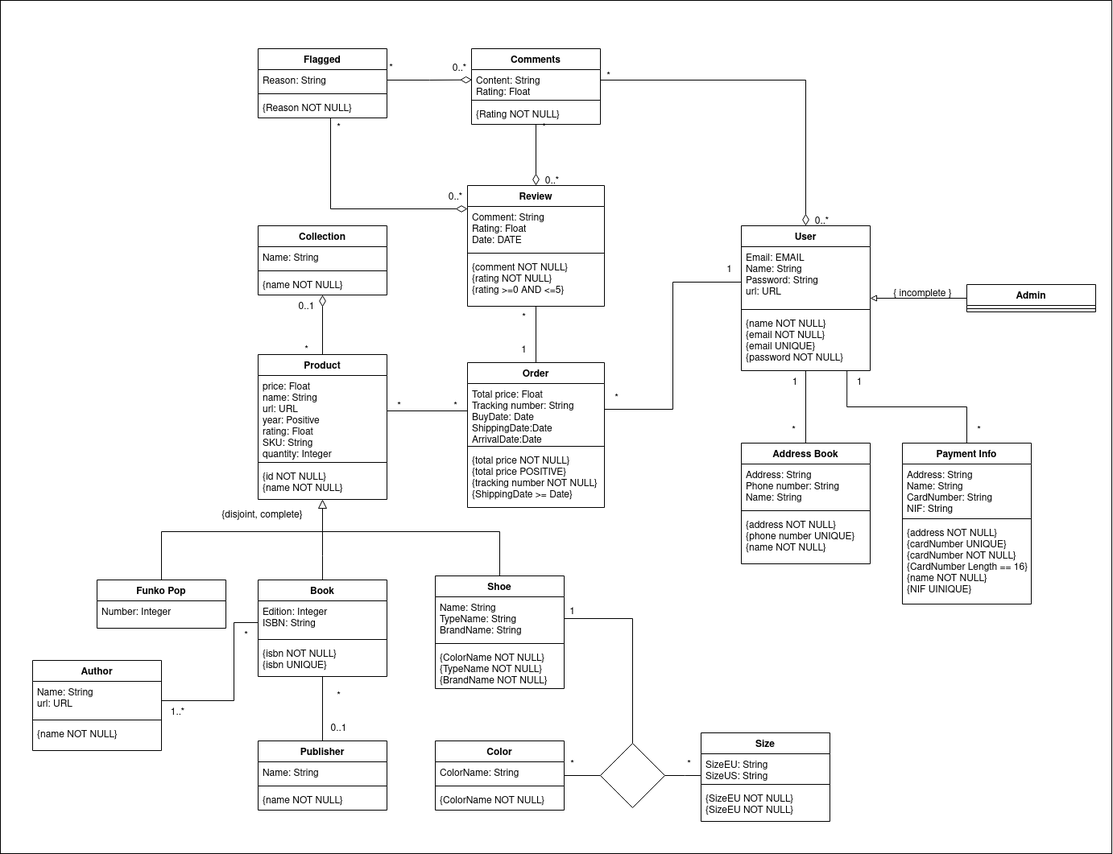
This is Docs/conceptualDiagram.png from ICWeiner/FEUP-LBAW, a draw.io export, as it was before one commit. Source tidied: cells renumbered, new cells last; positions are measured from the earlier drawing's top-left corner, leaving out a move shared by most shapes.
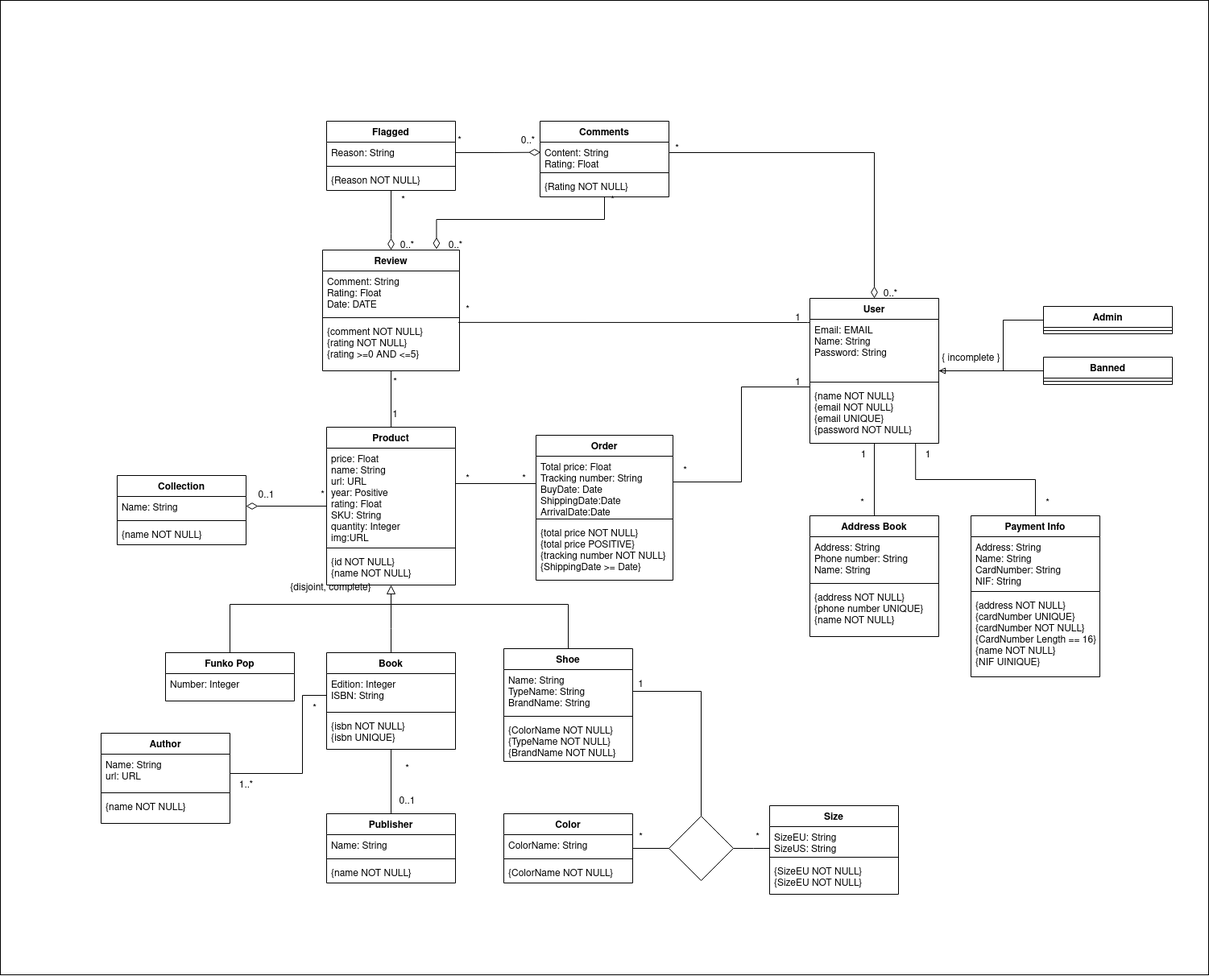
After the commit.

Change to the diagram source:
```diff
@@ -2,23 +2,23 @@
   <root>
     <mxCell id="0" />
     <mxCell id="1" parent="0" />
-    <mxCell id="2" style="rounded=0;whiteSpace=wrap;html=1;" parent="1" vertex="1">
-      <mxGeometry width="1380" height="1060" as="geometry" />
-    </mxCell>
+    <mxCell id="116" style="rounded=0;whiteSpace=wrap;html=1;" parent="1" vertex="1">
+      <mxGeometry x="-85" y="-90" width="1500" height="1210" as="geometry" />
+    </mxCell>
-    <mxCell id="3" style="edgeStyle=orthogonalEdgeStyle;rounded=0;jettySize=auto;html=1;endArrow=diamondThin;endFill=0;entryX=0.5;entryY=1;entryDx=0;entryDy=0;targetPerimeterSpacing=0;strokeWidth=1;endSize=12;" parent="1" edge="1" source="4" target="24">
+    <mxCell id="3" style="edgeStyle=orthogonalEdgeStyle;rounded=0;jettySize=auto;html=1;endArrow=diamondThin;endFill=0;targetPerimeterSpacing=0;strokeWidth=1;endSize=12;entryX=1;entryY=0.462;entryDx=0;entryDy=0;entryPerimeter=0;" parent="1" edge="1" source="4" target="25">
       <mxGeometry relative="1" as="geometry" />
     </mxCell>
     <mxCell id="4" value="Product" style="swimlane;fontStyle=1;align=center;verticalAlign=top;horizontal=1;startSize=26;" parent="1" vertex="1">
-      <mxGeometry x="320" y="440" width="160" height="180" as="geometry" />
+      <mxGeometry x="320" y="440" width="160" height="196" as="geometry" />
     </mxCell>
-    <mxCell id="5" value="price: Float&#10;name: String&#10;url: URL&#10;year: Positive&#10;rating: Float&#10;SKU: String&#10;quantity: Integer&#10;" style="text;strokeColor=none;fillColor=none;align=left;verticalAlign=top;spacingLeft=4;spacingRight=4;overflow=hidden;points=[[0,0.5],[1,0.5]];portConstraint=eastwest;" parent="4" vertex="1">
-      <mxGeometry y="26" width="160" height="104" as="geometry" />
+    <mxCell id="5" value="price: Float&#10;name: String&#10;url: URL&#10;year: Positive&#10;rating: Float&#10;SKU: String&#10;quantity: Integer&#10;img:URL&#10;" style="text;strokeColor=none;fillColor=none;align=left;verticalAlign=top;spacingLeft=4;spacingRight=4;overflow=hidden;points=[[0,0.5],[1,0.5]];portConstraint=eastwest;" parent="4" vertex="1">
+      <mxGeometry y="26" width="160" height="120" as="geometry" />
     </mxCell>
     <mxCell id="6" style="line;strokeWidth=1;fillColor=none;align=left;verticalAlign=middle;spacingTop=-1;spacingLeft=3;spacingRight=3;labelPosition=right;strokeColor=inherit;" parent="4" vertex="1">
-      <mxGeometry y="130" width="160" height="8" as="geometry" />
+      <mxGeometry y="146" width="160" height="8" as="geometry" />
     </mxCell>
     <mxCell id="7" value="{id NOT NULL}&#10;{name NOT NULL}&#10;" style="text;strokeColor=none;fillColor=none;align=left;verticalAlign=top;spacingLeft=4;spacingRight=4;overflow=hidden;points=[[0,0.5],[1,0.5]];portConstraint=eastwest;" parent="4" vertex="1">
-      <mxGeometry y="138" width="160" height="42" as="geometry" />
+      <mxGeometry y="154" width="160" height="42" as="geometry" />
     </mxCell>
     <mxCell id="8" style="edgeStyle=orthogonalEdgeStyle;rounded=0;jettySize=auto;html=1;entryX=0.5;entryY=1;entryDx=0;entryDy=0;entryPerimeter=0;endArrow=block;endFill=0;endSize=9;" parent="1" edge="1" source="9" target="7">
       <mxGeometry relative="1" as="geometry">
@@ -80,7 +80,7 @@
       <mxGeometry x="400" y="890" width="40" height="30" as="geometry" />
     </mxCell>
     <mxCell id="24" value="Collection" style="swimlane;fontStyle=1;align=center;verticalAlign=top;horizontal=1;startSize=26;" parent="1" vertex="1">
-      <mxGeometry x="320" y="280" width="160" height="86" as="geometry" />
+      <mxGeometry x="60" y="500" width="160" height="86" as="geometry" />
     </mxCell>
     <mxCell id="25" value="Name: String" style="text;strokeColor=none;fillColor=none;align=left;verticalAlign=top;spacingLeft=4;spacingRight=4;overflow=hidden;points=[[0,0.5],[1,0.5]];portConstraint=eastwest;" parent="24" vertex="1">
       <mxGeometry y="26" width="160" height="26" as="geometry" />
@@ -92,10 +92,10 @@
       <mxGeometry y="60" width="160" height="26" as="geometry" />
     </mxCell>
     <mxCell id="28" value="*" style="text;html=1;align=center;verticalAlign=middle;strokeColor=none;fillColor=none;" parent="1" vertex="1">
-      <mxGeometry x="365" y="420" width="30" height="30" as="geometry" />
+      <mxGeometry x="300" y="510" width="30" height="30" as="geometry" />
     </mxCell>
     <mxCell id="29" value="&lt;div&gt;0..1&lt;/div&gt;" style="text;html=1;align=center;verticalAlign=middle;strokeColor=none;fillColor=none;" parent="1" vertex="1">
-      <mxGeometry x="360" y="366" width="40" height="30" as="geometry" />
+      <mxGeometry x="225" y="510" width="40" height="30" as="geometry" />
     </mxCell>
     <mxCell id="30" value="Author" style="swimlane;fontStyle=1;align=center;verticalAlign=top;horizontal=1;startSize=26;" parent="1" vertex="1">
       <mxGeometry x="40" y="820" width="160" height="112" as="geometry" />
@@ -130,10 +130,18 @@
         </Array>
       </mxGeometry>
     </mxCell>
+    <mxCell id="117" style="edgeStyle=orthogonalEdgeStyle;rounded=0;jettySize=auto;html=1;entryX=0.992;entryY=0.03;entryDx=0;entryDy=0;entryPerimeter=0;endArrow=none;endFill=0;" parent="1" edge="1" target="63">
+      <mxGeometry relative="1" as="geometry">
+        <mxPoint x="920" y="310" as="sourcePoint" />
+        <Array as="points">
+          <mxPoint x="917" y="310" />
+        </Array>
+      </mxGeometry>
+    </mxCell>
     <mxCell id="38" value="User" style="swimlane;fontStyle=1;align=center;verticalAlign=top;horizontal=1;startSize=26;" parent="1" vertex="1">
       <mxGeometry x="920" y="280" width="160" height="180" as="geometry" />
     </mxCell>
-    <mxCell id="39" value="Email: EMAIL&#10;Name: String&#10;Password: String&#10;url: URL&#10;" style="text;strokeColor=none;fillColor=none;align=left;verticalAlign=top;spacingLeft=4;spacingRight=4;overflow=hidden;" parent="38" vertex="1">
+    <mxCell id="39" value="Email: EMAIL&#10;Name: String&#10;Password: String&#10;" style="text;strokeColor=none;fillColor=none;align=left;verticalAlign=top;spacingLeft=4;spacingRight=4;overflow=hidden;" parent="38" vertex="1">
       <mxGeometry y="26" width="160" height="74" as="geometry" />
     </mxCell>
     <mxCell id="40" style="line;strokeWidth=1;fillColor=none;align=left;verticalAlign=middle;spacingTop=-1;spacingLeft=3;spacingRight=3;labelPosition=right;strokeColor=inherit;" parent="38" vertex="1">
@@ -163,9 +171,6 @@
     <mxCell id="48" value="&amp;nbsp;1" style="text;html=1;align=center;verticalAlign=middle;strokeColor=none;fillColor=none;" parent="1" vertex="1">
       <mxGeometry x="970" y="460" width="30" height="30" as="geometry" />
     </mxCell>
-    <mxCell id="49" style="edgeStyle=orthogonalEdgeStyle;rounded=0;jettySize=auto;html=1;entryX=0.5;entryY=1;entryDx=0;entryDy=0;entryPerimeter=0;strokeWidth=1;endArrow=none;endFill=0;endSize=12;targetPerimeterSpacing=0;" parent="1" edge="1" source="50" target="63">
-      <mxGeometry relative="1" as="geometry" />
-    </mxCell>
     <mxCell id="50" value="Order" style="swimlane;fontStyle=1;align=center;verticalAlign=top;horizontal=1;startSize=26;" parent="1" vertex="1">
       <mxGeometry x="580" y="450" width="170" height="180" as="geometry" />
     </mxCell>
@@ -196,8 +201,8 @@
       <mxGeometry relative="1" as="geometry">
         <Array as="points">
           <mxPoint x="835" y="508" />
-          <mxPoint x="835" y="350" />
-          <mxPoint x="920" y="350" />
+          <mxPoint x="835" y="390" />
+          <mxPoint x="920" y="390" />
         </Array>
       </mxGeometry>
     </mxCell>
@@ -205,10 +210,13 @@
       <mxGeometry x="750" y="480" width="30" height="30" as="geometry" />
     </mxCell>
     <mxCell id="59" value="1" style="text;html=1;align=center;verticalAlign=middle;strokeColor=none;fillColor=none;" parent="1" vertex="1">
-      <mxGeometry x="890" y="320" width="30" height="30" as="geometry" />
+      <mxGeometry x="890" y="290" width="30" height="30" as="geometry" />
     </mxCell>
+    <mxCell id="118" style="edgeStyle=orthogonalEdgeStyle;rounded=0;jettySize=auto;html=1;endArrow=none;endFill=0;" parent="1" edge="1" source="60" target="4">
+      <mxGeometry relative="1" as="geometry" />
+    </mxCell>
     <mxCell id="60" value="Review" style="swimlane;fontStyle=1;align=center;verticalAlign=top;horizontal=1;startSize=26;" parent="1" vertex="1">
-      <mxGeometry x="580" y="230" width="170" height="150" as="geometry" />
+      <mxGeometry x="315" y="220" width="170" height="150" as="geometry" />
     </mxCell>
     <mxCell id="61" value="Comment: String&#10;Rating: Float&#10;Date: DATE&#10;" style="text;strokeColor=none;fillColor=none;align=left;verticalAlign=top;spacingLeft=4;spacingRight=4;overflow=hidden;" parent="60" vertex="1">
       <mxGeometry y="26" width="170" height="54" as="geometry" />
@@ -220,10 +228,10 @@
       <mxGeometry y="88" width="170" height="62" as="geometry" />
     </mxCell>
     <mxCell id="64" value="1" style="text;html=1;align=center;verticalAlign=middle;strokeColor=none;fillColor=none;" parent="1" vertex="1">
-      <mxGeometry x="635" y="420" width="30" height="30" as="geometry" />
+      <mxGeometry x="390" y="410" width="30" height="30" as="geometry" />
     </mxCell>
     <mxCell id="65" value="&lt;div&gt;*&lt;/div&gt;" style="text;html=1;align=center;verticalAlign=middle;strokeColor=none;fillColor=none;" parent="1" vertex="1">
-      <mxGeometry x="635" y="380" width="30" height="30" as="geometry" />
+      <mxGeometry x="390" y="370" width="30" height="30" as="geometry" />
     </mxCell>
     <mxCell id="66" style="edgeStyle=orthogonalEdgeStyle;rounded=0;jettySize=auto;html=1;entryX=0.82;entryY=0.996;entryDx=0;entryDy=0;entryPerimeter=0;strokeWidth=1;endArrow=none;endFill=0;endSize=12;targetPerimeterSpacing=0;" parent="1" edge="1" source="67" target="41">
       <mxGeometry relative="1" as="geometry" />
@@ -317,19 +325,24 @@
       <mxGeometry y="68" width="160" height="42" as="geometry" />
     </mxCell>
     <mxCell id="93" style="edgeStyle=orthogonalEdgeStyle;rounded=0;jettySize=auto;html=1;endArrow=block;endFill=0;" parent="1" edge="1" source="94" target="38">
-      <mxGeometry relative="1" as="geometry" />
+      <mxGeometry relative="1" as="geometry">
+        <Array as="points">
+          <mxPoint x="1160" y="307" />
+          <mxPoint x="1160" y="370" />
+        </Array>
+      </mxGeometry>
     </mxCell>
     <mxCell id="94" value="Admin" style="swimlane;fontStyle=1;align=center;verticalAlign=top;horizontal=1;startSize=26;" parent="1" vertex="1">
-      <mxGeometry x="1200" y="353" width="160" height="34" as="geometry" />
+      <mxGeometry x="1210" y="290" width="160" height="34" as="geometry" />
     </mxCell>
     <mxCell id="95" style="line;strokeWidth=1;fillColor=none;align=left;verticalAlign=middle;spacingTop=-1;spacingLeft=3;spacingRight=3;labelPosition=right;strokeColor=inherit;" parent="94" vertex="1">
       <mxGeometry y="26" width="160" height="8" as="geometry" />
     </mxCell>
-    <mxCell id="96" style="edgeStyle=orthogonalEdgeStyle;rounded=0;jettySize=auto;html=1;endArrow=diamondThin;endFill=0;strokeWidth=1;endSize=12;exitX=0.5;exitY=1;exitDx=0;exitDy=0;" parent="1" edge="1" source="99" target="60">
+    <mxCell id="96" style="edgeStyle=orthogonalEdgeStyle;rounded=0;jettySize=auto;html=1;endArrow=diamondThin;endFill=0;strokeWidth=1;endSize=12;exitX=0.5;exitY=1;exitDx=0;exitDy=0;entryX=0.832;entryY=-0.006;entryDx=0;entryDy=0;entryPerimeter=0;" parent="1" edge="1" source="99" target="60">
       <mxGeometry relative="1" as="geometry" />
     </mxCell>
     <mxCell id="97" value="&lt;div&gt;0..*&lt;/div&gt;" style="text;html=1;align=center;verticalAlign=middle;strokeColor=none;fillColor=none;" parent="1" vertex="1">
-      <mxGeometry x="665" y="210" width="40" height="30" as="geometry" />
+      <mxGeometry x="460" y="200" width="40" height="30" as="geometry" />
     </mxCell>
     <mxCell id="98" value="*" style="text;html=1;align=center;verticalAlign=middle;strokeColor=none;fillColor=none;" parent="1" vertex="1">
       <mxGeometry x="660" y="144" width="30" height="30" as="geometry" />
@@ -353,13 +366,13 @@
       <mxGeometry x="740" y="80" width="30" height="30" as="geometry" />
     </mxCell>
     <mxCell id="105" value="{ incomplete }" style="text;html=1;align=center;verticalAlign=middle;strokeColor=none;fillColor=none;" parent="1" vertex="1">
-      <mxGeometry x="1095" y="350" width="100" height="30" as="geometry" />
+      <mxGeometry x="1070" y="340" width="100" height="30" as="geometry" />
     </mxCell>
-    <mxCell id="106" style="edgeStyle=orthogonalEdgeStyle;rounded=0;jettySize=auto;html=1;strokeWidth=1;startArrow=none;startFill=0;endArrow=diamondThin;endFill=0;startSize=12;endSize=12;" parent="1" edge="1" source="107">
+    <mxCell id="106" style="edgeStyle=orthogonalEdgeStyle;rounded=0;jettySize=auto;html=1;strokeWidth=1;startArrow=none;startFill=0;endArrow=diamondThin;endFill=0;startSize=12;endSize=12;entryX=0.5;entryY=0;entryDx=0;entryDy=0;exitX=0.5;exitY=1;exitDx=0;exitDy=0;" parent="1" edge="1" source="107" target="60">
       <mxGeometry relative="1" as="geometry">
-        <mxPoint x="580" y="259" as="targetPoint" />
         <Array as="points">
-          <mxPoint x="410" y="259" />
+          <mxPoint x="400" y="200" />
+          <mxPoint x="400" y="200" />
         </Array>
       </mxGeometry>
     </mxCell>
@@ -382,13 +395,30 @@
       <mxGeometry x="470" y="70" width="30" height="30" as="geometry" />
     </mxCell>
     <mxCell id="113" value="*" style="text;html=1;align=center;verticalAlign=middle;strokeColor=none;fillColor=none;" parent="1" vertex="1">
-      <mxGeometry x="405" y="144" width="30" height="30" as="geometry" />
+      <mxGeometry x="400" y="144" width="30" height="30" as="geometry" />
     </mxCell>
     <mxCell id="114" value="&lt;div&gt;0..*&lt;/div&gt;" style="text;html=1;align=center;verticalAlign=middle;strokeColor=none;fillColor=none;" parent="1" vertex="1">
-      <mxGeometry x="545" y="230" width="40" height="30" as="geometry" />
+      <mxGeometry x="400" y="200" width="40" height="30" as="geometry" />
     </mxCell>
     <mxCell id="115" value="&lt;div&gt;0..*&lt;/div&gt;" style="text;html=1;align=center;verticalAlign=middle;strokeColor=none;fillColor=none;" parent="1" vertex="1">
       <mxGeometry x="550" y="70" width="40" height="30" as="geometry" />
     </mxCell>
+    <mxCell id="119" value="&lt;div&gt;*&lt;/div&gt;" style="text;html=1;align=center;verticalAlign=middle;strokeColor=none;fillColor=none;" parent="1" vertex="1">
+      <mxGeometry x="480" y="280" width="30" height="30" as="geometry" />
+    </mxCell>
+    <mxCell id="120" style="edgeStyle=orthogonalEdgeStyle;rounded=0;jettySize=auto;html=1;endArrow=none;endFill=0;" parent="1" edge="1" source="121">
+      <mxGeometry relative="1" as="geometry">
+        <mxPoint x="1080" y="370" as="targetPoint" />
+      </mxGeometry>
+    </mxCell>
+    <mxCell id="121" value="Banned" style="swimlane;fontStyle=1;align=center;verticalAlign=top;horizontal=1;startSize=26;" parent="1" vertex="1">
+      <mxGeometry x="1210" y="353" width="160" height="34" as="geometry" />
+    </mxCell>
+    <mxCell id="122" style="line;strokeWidth=1;fillColor=none;align=left;verticalAlign=middle;spacingTop=-1;spacingLeft=3;spacingRight=3;labelPosition=right;strokeColor=inherit;" parent="121" vertex="1">
+      <mxGeometry y="26" width="160" height="8" as="geometry" />
+    </mxCell>
+    <mxCell id="123" value="1" style="text;html=1;align=center;verticalAlign=middle;strokeColor=none;fillColor=none;" parent="1" vertex="1">
+      <mxGeometry x="890" y="370" width="30" height="30" as="geometry" />
+    </mxCell>
   </root>
 </mxGraphModel>
```
